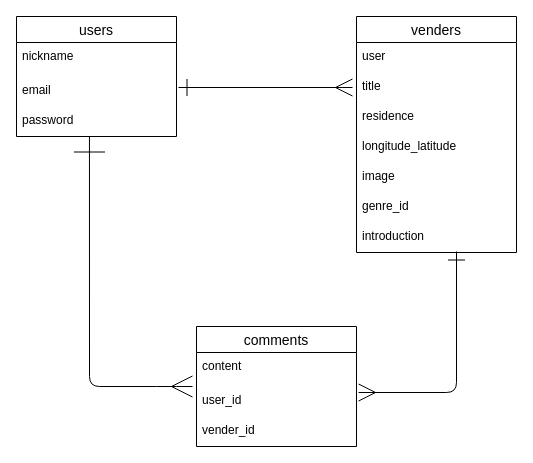
The draw.io diagram test.dio in minaema1111/vensee, before the edit. Source tidied: cells renumbered, new cells numbered last; positions are measured from the earlier drawing's top-left corner, leaving out a move shared by most shapes. Both pictures are drawn from the tidied source at 100%, with x=0, y=0 at pixel (16, 16).
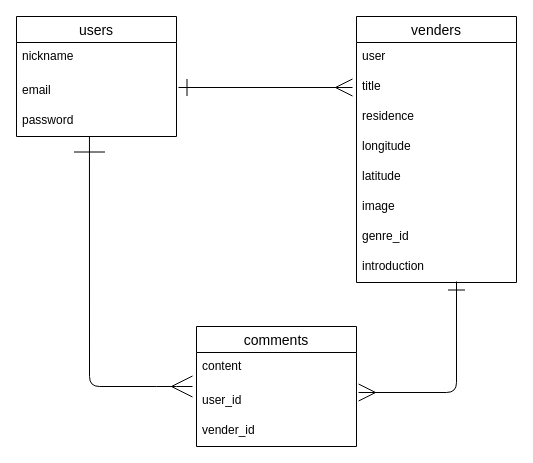
The same page after the edit.

Diff of the diagram source:
```diff
@@
     <mxCell id="6" value="venders" style="swimlane;fontStyle=0;horizontal=1;startSize=26;align=center;fontSize=14;" parent="1" vertex="1">
-      <mxGeometry x="340" width="160" height="236" as="geometry" />
+      <mxGeometry x="340" width="160" height="266" as="geometry" />
     </mxCell>
@@
+    <mxCell id="21" value="longitude" style="text;strokeColor=none;fillColor=none;spacingLeft=4;spacingRight=4;overflow=hidden;fontSize=12;" parent="6" vertex="1">
+      <mxGeometry y="116" width="160" height="30" as="geometry" />
+    </mxCell>
-    <mxCell id="10" value="longitude_latitude" style="text;strokeColor=none;fillColor=none;spacingLeft=4;spacingRight=4;overflow=hidden;fontSize=12;" parent="6" vertex="1">
-      <mxGeometry y="116" width="160" height="30" as="geometry" />
+    <mxCell id="10" value="latitude" style="text;strokeColor=none;fillColor=none;spacingLeft=4;spacingRight=4;overflow=hidden;fontSize=12;" parent="6" vertex="1">
+      <mxGeometry y="146" width="160" height="30" as="geometry" />
     </mxCell>
     <mxCell id="11" value="image" style="text;strokeColor=none;fillColor=none;spacingLeft=4;spacingRight=4;overflow=hidden;fontSize=12;" parent="6" vertex="1">
-      <mxGeometry y="146" width="160" height="30" as="geometry" />
+      <mxGeometry y="176" width="160" height="30" as="geometry" />
     </mxCell>
     <mxCell id="12" value="genre_id" style="text;strokeColor=none;fillColor=none;spacingLeft=4;spacingRight=4;overflow=hidden;fontSize=12;" parent="6" vertex="1">
-      <mxGeometry y="176" width="160" height="30" as="geometry" />
+      <mxGeometry y="206" width="160" height="30" as="geometry" />
     </mxCell>
     <mxCell id="13" value="introduction" style="text;strokeColor=none;fillColor=none;spacingLeft=4;spacingRight=4;overflow=hidden;points=[[0,0.5],[1,0.5]];portConstraint=eastwest;fontSize=12;" parent="6" vertex="1">
-      <mxGeometry y="206" width="160" height="30" as="geometry" />
+      <mxGeometry y="236" width="160" height="30" as="geometry" />
     </mxCell>
```
